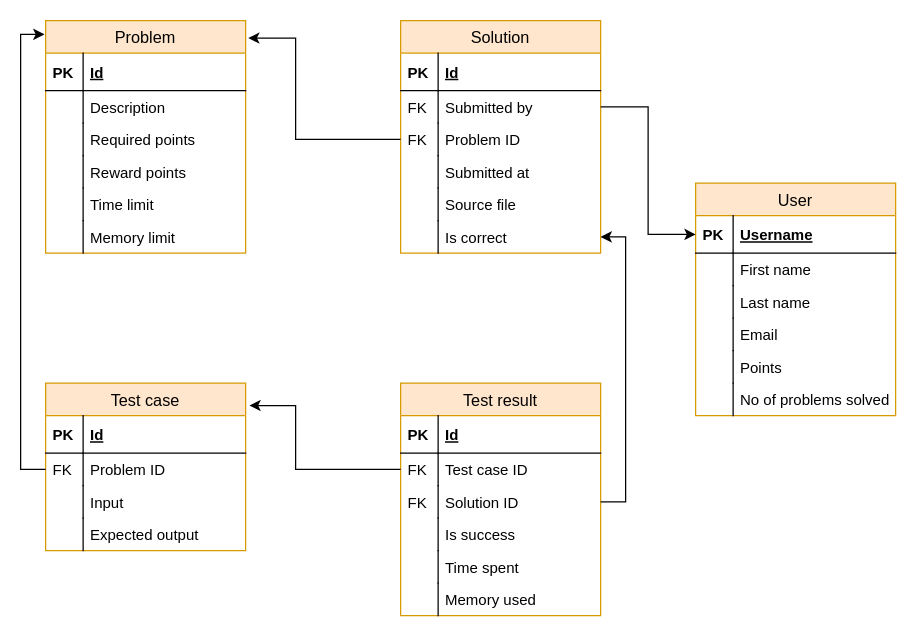
BenasB/vu-dbvs keeps this draw.io diagram as page "Database" (2 of 2) of docs/dbvs_er.drawio. Above is the earlier version. Source tidied: cells renumbered, new cells numbered last; positions are measured from the earlier drawing's top-left corner, leaving out a move shared by most shapes. Both pictures are drawn from the tidied source at 125%, with x=0, y=0 at pixel (45, 20).
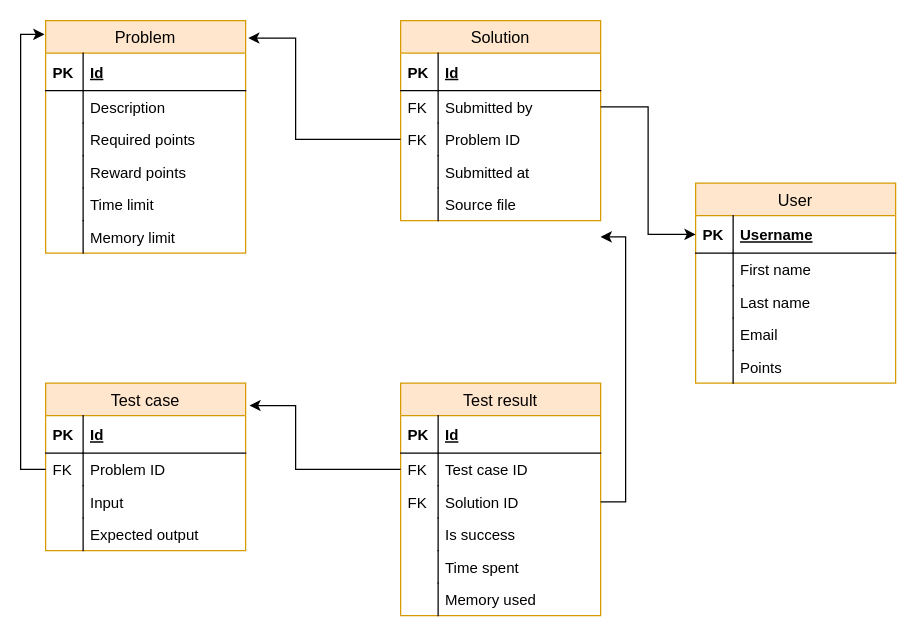
Above is the later version.

The change refers to these unchanged cells:
```xml
<mxCell id="56" value="Solution ID" style="shape=partialRectangle;top=0;left=0;right=0;bottom=0;align=left;verticalAlign=top;fillColor=none;spacingLeft=34;spacingRight=4;overflow=hidden;points=[[0,0.5],[1,0.5]];portConstraint=eastwest;" parent="51" vertex="1">
  <mxGeometry y="82" width="160" height="26" as="geometry" />
</mxCell>
```

What changed in the source:
```diff
@@
     <mxCell id="25" value="User" style="swimlane;fontStyle=0;horizontal=1;startSize=26;fillColor=#ffe6cc;swimlaneFillColor=#ffffff;align=center;strokeWidth=1;fontSize=13;strokeColor=#d79b00;" parent="1" vertex="1">
-      <mxGeometry x="520" y="130" width="160" height="186" as="geometry" />
+      <mxGeometry x="520" y="130" width="160" height="160" as="geometry" />
     </mxCell>
@@
-    <mxCell id="36" value="No of problems solved" style="shape=partialRectangle;top=0;left=0;right=0;bottom=0;align=left;verticalAlign=top;fillColor=none;spacingLeft=34;spacingRight=4;overflow=hidden;" parent="25" vertex="1">
-      <mxGeometry y="160" width="160" height="26" as="geometry" />
-    </mxCell>
-    <mxCell id="37" style="shape=partialRectangle;top=0;left=0;bottom=0;fillColor=none;align=left;verticalAlign=top;spacingLeft=4;spacingRight=4;overflow=hidden;" parent="36" vertex="1">
-      <mxGeometry width="30" height="26" as="geometry" />
-    </mxCell>
     <mxCell id="38" value="Solution" style="swimlane;fontStyle=0;horizontal=1;startSize=26;fillColor=#ffe6cc;swimlaneFillColor=#ffffff;align=center;strokeWidth=1;fontSize=13;strokeColor=#d79b00;" parent="1" vertex="1">
-      <mxGeometry x="284" width="160" height="186" as="geometry" />
+      <mxGeometry x="284" width="160" height="160" as="geometry" />
     </mxCell>
@@
-    <mxCell id="49" value="Is correct" style="shape=partialRectangle;top=0;left=0;right=0;bottom=0;align=left;verticalAlign=top;fillColor=none;spacingLeft=34;spacingRight=4;overflow=hidden;points=[[0,0.5],[1,0.5]];portConstraint=eastwest;" parent="38" vertex="1">
-      <mxGeometry y="160" width="160" height="26" as="geometry" />
-    </mxCell>
-    <mxCell id="50" style="shape=partialRectangle;top=0;left=0;bottom=0;fillColor=none;align=left;verticalAlign=top;spacingLeft=4;spacingRight=4;overflow=hidden;" parent="49" vertex="1">
-      <mxGeometry width="30" height="26" as="geometry" />
-    </mxCell>
@@
-    <mxCell id="67" style="edgeStyle=orthogonalEdgeStyle;rounded=0;jettySize=auto;html=1;entryX=1;entryY=0.5;entryDx=0;entryDy=0;" parent="1" edge="1" source="56" target="49">
+    <mxCell id="67" style="edgeStyle=orthogonalEdgeStyle;rounded=0;jettySize=auto;html=1;entryX=1;entryY=0.5;entryDx=0;entryDy=0;" parent="1" edge="1" source="56">
       <mxGeometry relative="1" as="geometry">
+        <mxPoint x="444" y="173" as="targetPoint" />
         <Array as="points">
           <mxPoint x="464" y="385" />
           <mxPoint x="464" y="173" />
         </Array>
       </mxGeometry>
     </mxCell>
```
